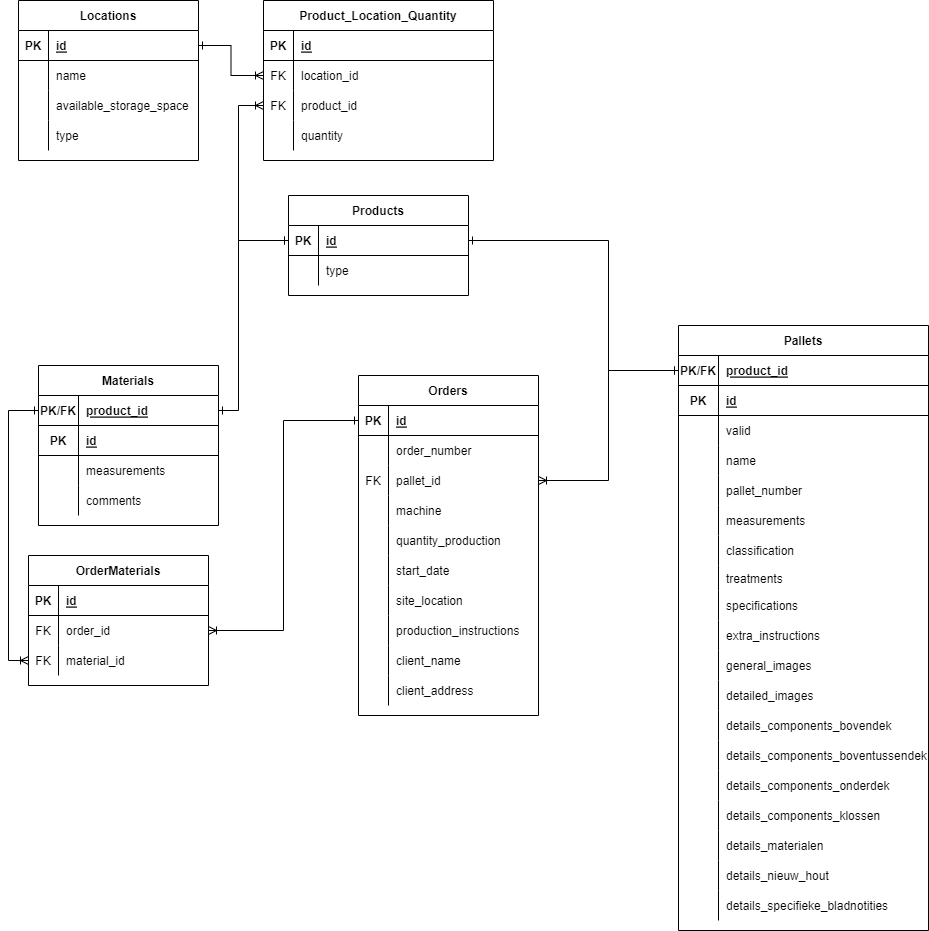
Above: Documentation/09 ERD/ERP ERD.drawio.png in Zaelsus/den-doelder-project (draw.io), before the change. Source tidied: cells renumbered, new cells last; positions are measured from the earlier drawing's top-left corner, leaving out a move shared by most shapes.
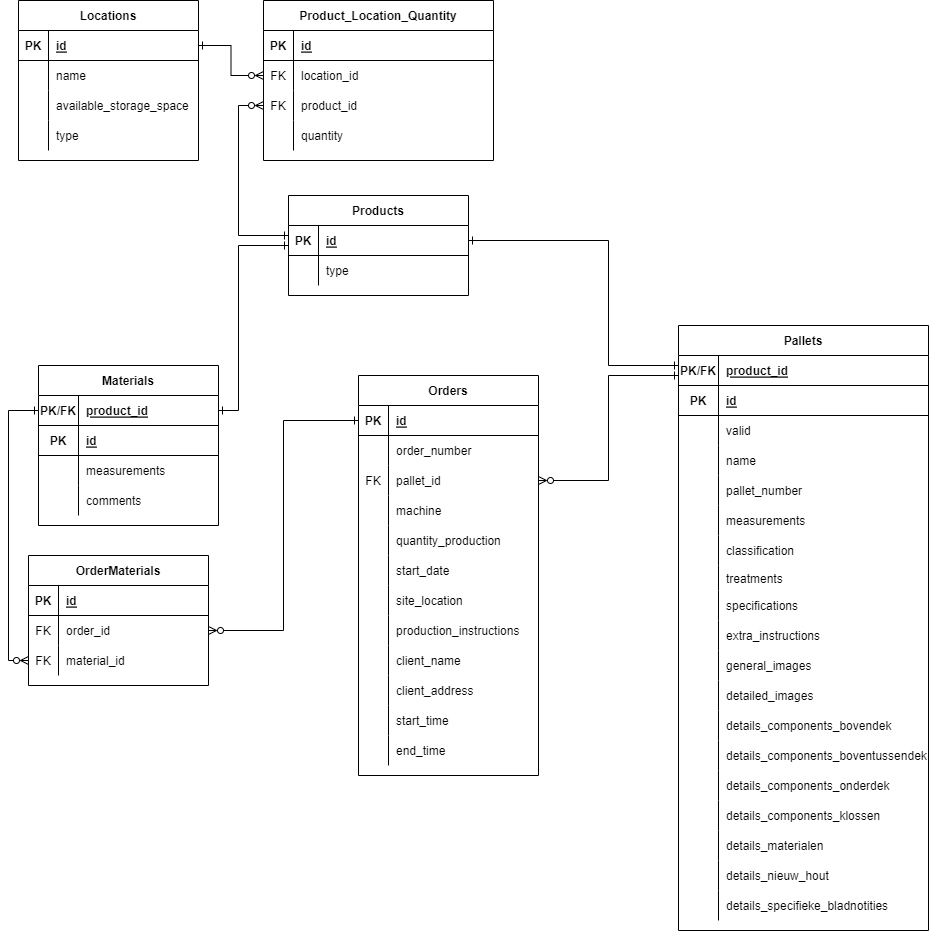
After the commit.

The edit, as a diff of the source:
```diff
@@ -254,11 +254,11 @@
     <mxCell id="85" value="quantity" style="shape=partialRectangle;fillColor=none;top=0;left=0;bottom=0;right=0;align=left;spacingLeft=6;overflow=hidden;" parent="83" vertex="1">
       <mxGeometry x="30" width="200" height="30" as="geometry" />
     </mxCell>
-    <mxCell id="86" style="edgeStyle=orthogonalEdgeStyle;rounded=0;jettySize=auto;html=1;exitX=0;exitY=0.5;exitDx=0;exitDy=0;entryX=1;entryY=0.5;entryDx=0;entryDy=0;startArrow=ERoneToMany;startFill=0;endArrow=ERone;endFill=0;" parent="1" edge="1" source="77" target="3">
+    <mxCell id="86" style="edgeStyle=orthogonalEdgeStyle;rounded=0;jettySize=auto;html=1;exitX=0;exitY=0.5;exitDx=0;exitDy=0;entryX=1;entryY=0.5;entryDx=0;entryDy=0;startArrow=ERzeroToMany;startFill=0;endArrow=ERone;endFill=0;" parent="1" edge="1" source="77" target="3">
       <mxGeometry relative="1" as="geometry" />
     </mxCell>
     <mxCell id="87" value="Orders" style="shape=table;startSize=30;rowLines=0;fontStyle=1;align=center;" parent="1" vertex="1">
-      <mxGeometry x="340" y="375" width="180" height="340" as="geometry" />
+      <mxGeometry x="340" y="375" width="180" height="400" as="geometry" />
     </mxCell>
     <mxCell id="88" style="shape=tableRow;horizontal=0;startSize=0;swimlaneHead=0;swimlaneBody=0;fillColor=none;points=[[0,0.5],[1,0.5]];portConstraint=eastwest;top=0;left=0;right=0;bottom=1;" parent="87" vertex="1">
       <mxGeometry y="30" width="180" height="30" as="geometry" />
@@ -350,6 +350,24 @@
     <mxCell id="117" value="client_address" style="shape=partialRectangle;fillColor=none;top=0;left=0;bottom=0;right=0;align=left;spacingLeft=6;overflow=hidden;" parent="115" vertex="1">
       <mxGeometry x="30" width="150" height="30" as="geometry" />
     </mxCell>
+    <mxCell id="154" style="shape=tableRow;horizontal=0;startSize=0;swimlaneHead=0;swimlaneBody=0;fillColor=none;top=0;left=0;right=0;bottom=0;" parent="87" vertex="1">
+      <mxGeometry y="330" width="180" height="30" as="geometry" />
+    </mxCell>
+    <mxCell id="155" style="shape=partialRectangle;fillColor=none;top=0;left=0;bottom=0;right=0;overflow=hidden;" parent="154" vertex="1">
+      <mxGeometry width="30" height="30" as="geometry" />
+    </mxCell>
+    <mxCell id="156" value="start_time" style="shape=partialRectangle;fillColor=none;top=0;left=0;bottom=0;right=0;align=left;spacingLeft=6;overflow=hidden;" parent="154" vertex="1">
+      <mxGeometry x="30" width="150" height="30" as="geometry" />
+    </mxCell>
+    <mxCell id="157" style="shape=tableRow;horizontal=0;startSize=0;swimlaneHead=0;swimlaneBody=0;fillColor=none;top=0;left=0;right=0;bottom=0;" parent="87" vertex="1">
+      <mxGeometry y="360" width="180" height="30" as="geometry" />
+    </mxCell>
+    <mxCell id="158" style="shape=partialRectangle;fillColor=none;top=0;left=0;bottom=0;right=0;overflow=hidden;" parent="157" vertex="1">
+      <mxGeometry width="30" height="30" as="geometry" />
+    </mxCell>
+    <mxCell id="159" value="end_time" style="shape=partialRectangle;fillColor=none;top=0;left=0;bottom=0;right=0;align=left;spacingLeft=6;overflow=hidden;" parent="157" vertex="1">
+      <mxGeometry x="30" width="150" height="30" as="geometry" />
+    </mxCell>
     <mxCell id="118" value="Materials" style="shape=table;startSize=30;rowLines=0;fontStyle=1;align=center;" parent="1" vertex="1">
       <mxGeometry x="20" y="365" width="180" height="160" as="geometry" />
     </mxCell>
@@ -440,37 +458,49 @@
     <mxCell id="147" value="material_id" style="shape=partialRectangle;fillColor=none;top=0;left=0;bottom=0;right=0;align=left;spacingLeft=6;overflow=hidden;" parent="145" vertex="1">
       <mxGeometry x="30" width="150" height="30" as="geometry" />
     </mxCell>
-    <mxCell id="148" style="edgeStyle=orthogonalEdgeStyle;rounded=0;jettySize=auto;html=1;exitX=0;exitY=0.5;exitDx=0;exitDy=0;entryX=0;entryY=0.5;entryDx=0;entryDy=0;startArrow=ERoneToMany;startFill=0;endArrow=ERone;endFill=0;" parent="1" edge="1" source="80" target="132">
+    <mxCell id="148" style="edgeStyle=orthogonalEdgeStyle;rounded=0;jettySize=auto;html=1;exitX=0;exitY=0.5;exitDx=0;exitDy=0;startArrow=ERzeroToMany;startFill=0;endArrow=ERone;endFill=0;" parent="1" edge="1" source="80">
       <mxGeometry relative="1" as="geometry">
+        <mxPoint x="270" y="235" as="targetPoint" />
         <Array as="points">
           <mxPoint x="220" y="105" />
-          <mxPoint x="220" y="240" />
+          <mxPoint x="220" y="235" />
+          <mxPoint x="270" y="235" />
         </Array>
       </mxGeometry>
     </mxCell>
-    <mxCell id="149" style="edgeStyle=orthogonalEdgeStyle;rounded=0;jettySize=auto;html=1;exitX=1;exitY=0.5;exitDx=0;exitDy=0;entryX=0;entryY=0.5;entryDx=0;entryDy=0;startArrow=ERoneToMany;startFill=0;endArrow=ERone;endFill=0;" parent="1" edge="1" source="94" target="16">
-      <mxGeometry relative="1" as="geometry" />
+    <mxCell id="149" style="edgeStyle=orthogonalEdgeStyle;rounded=0;jettySize=auto;html=1;exitX=1;exitY=0.5;exitDx=0;exitDy=0;startArrow=ERzeroToMany;startFill=0;endArrow=ERone;endFill=0;" parent="1" edge="1" source="94">
+      <mxGeometry relative="1" as="geometry">
+        <mxPoint x="660" y="375" as="targetPoint" />
+        <Array as="points">
+          <mxPoint x="590" y="480" />
+          <mxPoint x="590" y="375" />
+          <mxPoint x="660" y="375" />
+        </Array>
+      </mxGeometry>
     </mxCell>
-    <mxCell id="150" style="edgeStyle=orthogonalEdgeStyle;rounded=0;jettySize=auto;html=1;exitX=1;exitY=0.5;exitDx=0;exitDy=0;entryX=0;entryY=0.5;entryDx=0;entryDy=0;startArrow=ERoneToMany;startFill=0;endArrow=ERone;endFill=0;" parent="1" edge="1" source="142" target="88">
+    <mxCell id="150" style="edgeStyle=orthogonalEdgeStyle;rounded=0;jettySize=auto;html=1;exitX=1;exitY=0.5;exitDx=0;exitDy=0;entryX=0;entryY=0.5;entryDx=0;entryDy=0;startArrow=ERzeroToMany;startFill=0;endArrow=ERone;endFill=0;" parent="1" edge="1" source="142" target="88">
       <mxGeometry relative="1" as="geometry" />
     </mxCell>
-    <mxCell id="151" style="edgeStyle=orthogonalEdgeStyle;rounded=0;jettySize=auto;html=1;exitX=0;exitY=0.5;exitDx=0;exitDy=0;entryX=0;entryY=0.5;entryDx=0;entryDy=0;startArrow=ERoneToMany;startFill=0;endArrow=ERone;endFill=0;" parent="1" edge="1" source="145" target="119">
+    <mxCell id="151" style="edgeStyle=orthogonalEdgeStyle;rounded=0;jettySize=auto;html=1;exitX=0;exitY=0.5;exitDx=0;exitDy=0;entryX=0;entryY=0.5;entryDx=0;entryDy=0;startArrow=ERzeroToMany;startFill=0;endArrow=ERone;endFill=0;" parent="1" edge="1" source="145" target="119">
       <mxGeometry relative="1" as="geometry" />
     </mxCell>
     <mxCell id="152" style="edgeStyle=orthogonalEdgeStyle;rounded=0;jettySize=auto;html=1;entryX=1;entryY=0.5;entryDx=0;entryDy=0;startArrow=ERone;startFill=0;endArrow=ERone;endFill=0;" parent="1" edge="1" target="119">
       <mxGeometry relative="1" as="geometry">
-        <mxPoint x="270" y="240" as="sourcePoint" />
+        <mxPoint x="270" y="245" as="sourcePoint" />
         <Array as="points">
-          <mxPoint x="220" y="240" />
+          <mxPoint x="270" y="245" />
+          <mxPoint x="220" y="245" />
           <mxPoint x="220" y="410" />
         </Array>
       </mxGeometry>
     </mxCell>
-    <mxCell id="153" style="edgeStyle=orthogonalEdgeStyle;rounded=0;jettySize=auto;html=1;exitX=1;exitY=0.5;exitDx=0;exitDy=0;entryX=0;entryY=0.5;entryDx=0;entryDy=0;startArrow=ERone;startFill=0;endArrow=ERone;endFill=0;" parent="1" edge="1" source="132" target="16">
+    <mxCell id="153" style="edgeStyle=orthogonalEdgeStyle;rounded=0;jettySize=auto;html=1;exitX=1;exitY=0.5;exitDx=0;exitDy=0;startArrow=ERone;startFill=0;endArrow=ERone;endFill=0;" parent="1" edge="1" source="132">
       <mxGeometry relative="1" as="geometry">
+        <mxPoint x="660" y="365" as="targetPoint" />
         <Array as="points">
           <mxPoint x="590" y="240" />
-          <mxPoint x="590" y="370" />
+          <mxPoint x="590" y="365" />
+          <mxPoint x="660" y="365" />
         </Array>
       </mxGeometry>
     </mxCell>
```
